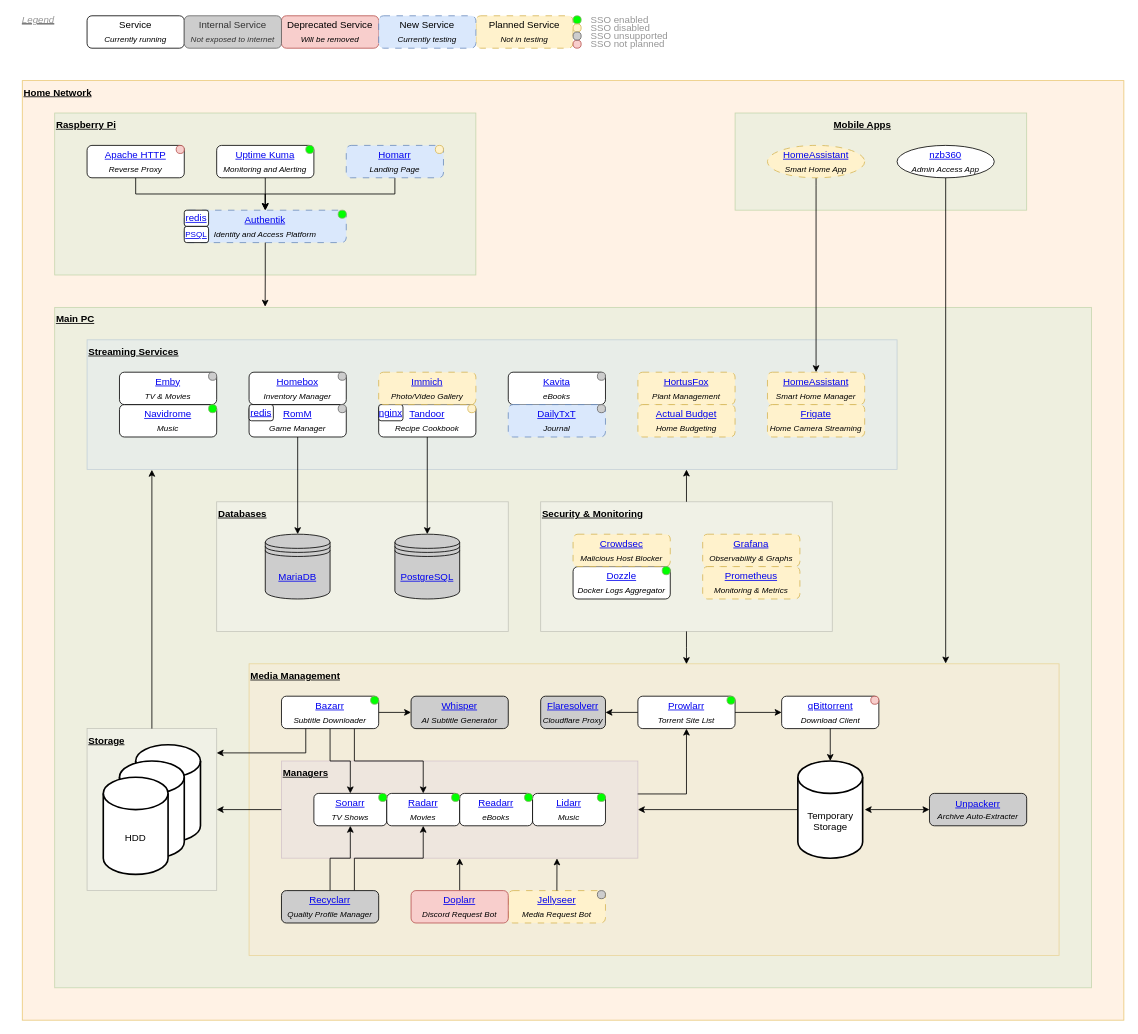
The draw.io diagram doc/home_theatre.drawio in zodac-personal/home_theatre, before the edit. Source tidied: cells renumbered, new cells numbered last; positions are measured from the earlier drawing's top-left corner, leaving out a move shared by most shapes. Both pictures are drawn from the tidied source at 81%, with x=0, y=0 at pixel (14, 15).
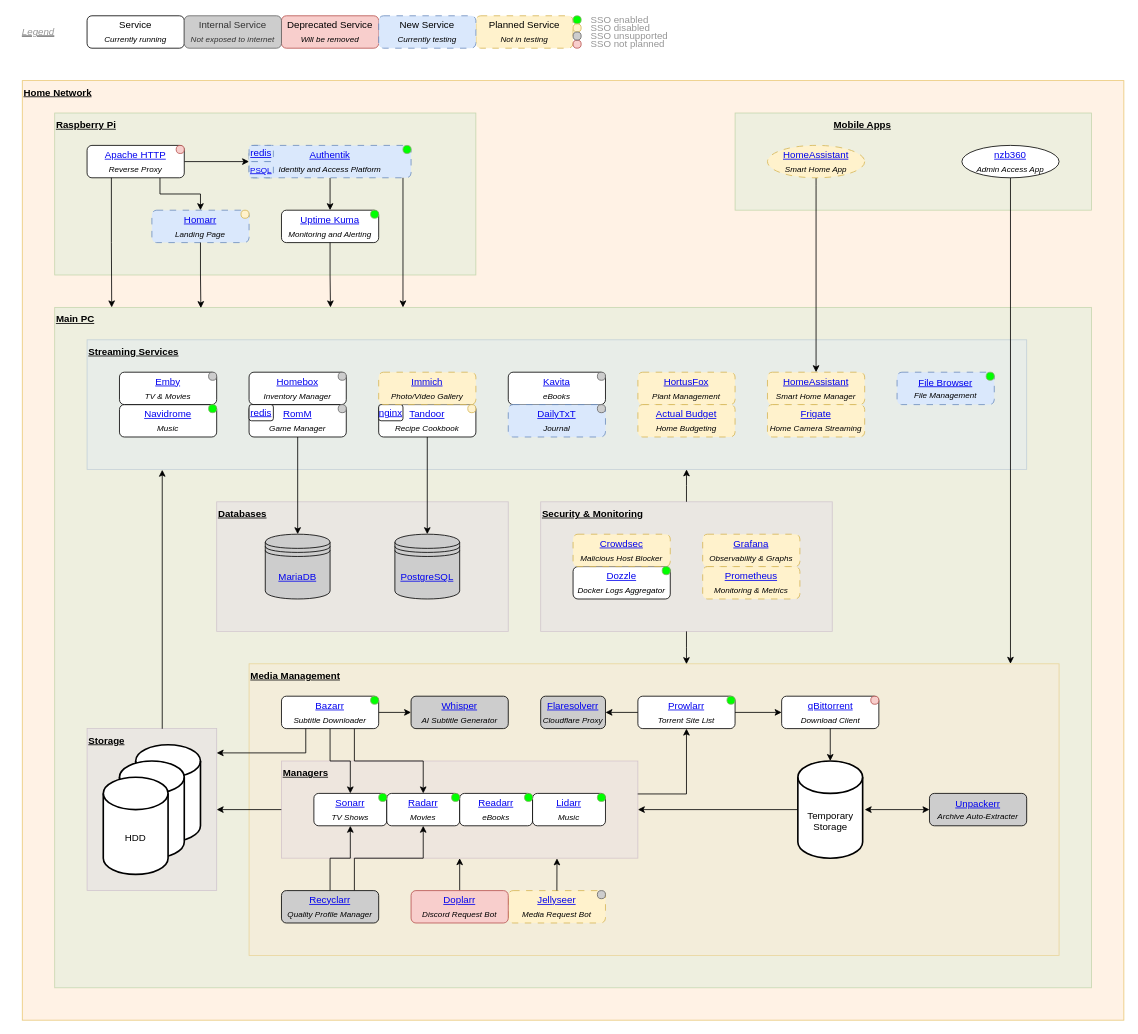
The same page after the edit.

Commit message (it also covers changes not shown here):
Added File Browser, for document access

Unchanged cells that the change refers to:
```xml
<mxCell id="4" style="rounded=0;whiteSpace=wrap;html=1;fillColor=#d5e8d4;strokeColor=#82b366;opacity=40;" parent="1" vertex="1">
  <mxGeometry x="50" y="360" width="1280" height="840" as="geometry" />
</mxCell>
<mxCell id="6" style="rounded=0;whiteSpace=wrap;html=1;fillColor=#ffe6cc;strokeColor=#d79b00;opacity=30;" parent="1" vertex="1">
  <mxGeometry x="290" y="800" width="1000" height="360" as="geometry" />
</mxCell>
<mxCell id="40" value="&lt;a href=&quot;https://github.com/apache/httpd&quot;&gt;Apache HTTP&lt;/a&gt;&lt;br&gt;&lt;i&gt;&lt;sub&gt;Reverse Proxy&lt;/sub&gt;&lt;/i&gt;" style="rounded=1;whiteSpace=wrap;html=1;" parent="1" vertex="1">
  <mxGeometry x="90" y="160" width="120" height="40" as="geometry" />
</mxCell>
```

Diff of the diagram source:
```diff
@@
-    <mxCell id="5" style="rounded=0;whiteSpace=wrap;html=1;fillColor=#f5f5f5;fontColor=#333333;strokeColor=#666666;opacity=30;" parent="1" vertex="1">
+    <mxCell id="5" style="rounded=0;whiteSpace=wrap;html=1;fillColor=#e1d5e7;strokeColor=#9673a6;opacity=30;" parent="1" vertex="1">
       <mxGeometry x="90" y="880" width="160" height="200" as="geometry" />
     </mxCell>
@@
     <mxCell id="7" style="rounded=0;whiteSpace=wrap;html=1;fillColor=#dae8fc;strokeColor=#6c8ebf;fillStyle=auto;gradientColor=none;opacity=30;glass=0;" parent="1" vertex="1">
-      <mxGeometry x="90" y="400" width="1000" height="160" as="geometry" />
+      <mxGeometry x="90" y="400" width="1160" height="160" as="geometry" />
     </mxCell>
@@
     <mxCell id="23" style="rounded=0;whiteSpace=wrap;html=1;opacity=40;fillColor=#d5e8d4;strokeColor=#82b366;" parent="1" vertex="1">
-      <mxGeometry x="890" y="120" width="360" height="120" as="geometry" />
+      <mxGeometry x="890" y="120" width="440" height="120" as="geometry" />
     </mxCell>
@@
-    <mxCell id="28" style="edgeStyle=orthogonalEdgeStyle;rounded=0;jettySize=auto;html=1;entryX=0.5;entryY=0;entryDx=0;entryDy=0;" parent="1" edge="1" source="29" target="88">
-      <mxGeometry relative="1" as="geometry" />
-    </mxCell>
     <mxCell id="29" value="&lt;a href=&quot;https://github.com/ajnart/homarr&quot;&gt;Homarr&lt;/a&gt;&lt;br&gt;&lt;i&gt;&lt;sub&gt;Landing Page&lt;/sub&gt;&lt;/i&gt;" style="rounded=1;whiteSpace=wrap;html=1;dashed=1;dashPattern=8 8;fillColor=#dae8fc;strokeColor=#6c8ebf;" parent="1" vertex="1">
-      <mxGeometry x="410" y="160" width="120" height="40" as="geometry" />
+      <mxGeometry x="170" y="240" width="120" height="40" as="geometry" />
     </mxCell>
@@
     <mxCell id="35" value="&lt;a href=&quot;https://play.google.com/store/apps/details?id=com.kevinforeman.nzb360&quot;&gt;nzb360&lt;/a&gt;&lt;br&gt;&lt;i&gt;&lt;sub&gt;Admin Access App&lt;/sub&gt;&lt;/i&gt;" style="ellipse;whiteSpace=wrap;html=1;" parent="1" vertex="1">
-      <mxGeometry x="1090" y="160" width="120" height="40" as="geometry" />
+      <mxGeometry x="1170" y="160" width="120" height="40" as="geometry" />
     </mxCell>
@@
-    <mxCell id="39" style="edgeStyle=orthogonalEdgeStyle;rounded=0;jettySize=auto;html=1;exitX=0.5;exitY=1;exitDx=0;exitDy=0;entryX=0.5;entryY=0;entryDx=0;entryDy=0;" parent="1" edge="1" source="40" target="88">
+    <mxCell id="39" style="edgeStyle=orthogonalEdgeStyle;rounded=0;jettySize=auto;html=1;exitX=1;exitY=0.5;exitDx=0;exitDy=0;entryX=0;entryY=0.5;entryDx=0;entryDy=0;" parent="1" edge="1" source="40" target="88">
       <mxGeometry relative="1" as="geometry" />
     </mxCell>
+    <mxCell id="127" style="edgeStyle=orthogonalEdgeStyle;rounded=0;jettySize=auto;html=1;exitX=0.75;exitY=1;exitDx=0;exitDy=0;entryX=0.5;entryY=0;entryDx=0;entryDy=0;" parent="1" edge="1" source="40" target="29">
+      <mxGeometry relative="1" as="geometry" />
+    </mxCell>
@@
-    <mxCell id="41" style="rounded=0;whiteSpace=wrap;html=1;fillColor=#f5f5f5;fontColor=#333333;strokeColor=#666666;opacity=30;" parent="1" vertex="1">
+    <mxCell id="41" style="rounded=0;whiteSpace=wrap;html=1;fillColor=#e1d5e7;strokeColor=#9673a6;opacity=30;" parent="1" vertex="1">
       <mxGeometry x="250" y="600" width="360" height="160" as="geometry" />
     </mxCell>
@@
-    <mxCell id="54" style="rounded=0;whiteSpace=wrap;html=1;fillColor=#f5f5f5;fontColor=#333333;strokeColor=#666666;opacity=30;" parent="1" vertex="1">
+    <mxCell id="54" style="rounded=0;whiteSpace=wrap;html=1;fillColor=#e1d5e7;strokeColor=#9673a6;opacity=30;" parent="1" vertex="1">
       <mxGeometry x="650" y="600" width="360" height="160" as="geometry" />
     </mxCell>
@@
-    <mxCell id="61" style="edgeStyle=orthogonalEdgeStyle;rounded=0;jettySize=auto;html=1;exitX=0.5;exitY=1;exitDx=0;exitDy=0;entryX=0.5;entryY=0;entryDx=0;entryDy=0;" parent="1" edge="1" source="62" target="88">
-      <mxGeometry relative="1" as="geometry" />
-    </mxCell>
     <mxCell id="62" value="&lt;a href=&quot;https://github.com/louislam/uptime-kuma&quot;&gt;Uptime Kuma&lt;/a&gt;&lt;br&gt;&lt;i&gt;&lt;sub&gt;Monitoring and Alerting&lt;/sub&gt;&lt;/i&gt;" style="rounded=1;whiteSpace=wrap;html=1;" parent="1" vertex="1">
-      <mxGeometry x="250" y="160" width="120" height="40" as="geometry" />
+      <mxGeometry x="330" y="240" width="120" height="40" as="geometry" />
     </mxCell>
@@
-    <mxCell id="68" style="edgeStyle=orthogonalEdgeStyle;rounded=0;jettySize=auto;html=1;exitX=0.5;exitY=0;exitDx=0;exitDy=0;entryX=0.74;entryY=1.001;entryDx=0;entryDy=0;entryPerimeter=0;" parent="1" edge="1" source="54" target="7">
+    <mxCell id="68" style="edgeStyle=orthogonalEdgeStyle;rounded=0;jettySize=auto;html=1;exitX=0.5;exitY=0;exitDx=0;exitDy=0;entryX=0.638;entryY=1;entryDx=0;entryDy=0;entryPerimeter=0;" parent="1" edge="1" source="54" target="7">
       <mxGeometry relative="1" as="geometry" />
     </mxCell>
@@
-    <mxCell id="77" style="edgeStyle=orthogonalEdgeStyle;rounded=0;jettySize=auto;html=1;exitX=0.5;exitY=0;exitDx=0;exitDy=0;entryX=0.08;entryY=1.003;entryDx=0;entryDy=0;entryPerimeter=0;" parent="1" edge="1" source="5" target="7">
+    <mxCell id="77" style="edgeStyle=orthogonalEdgeStyle;rounded=0;jettySize=auto;html=1;exitX=0.58;exitY=0.001;exitDx=0;exitDy=0;entryX=0.08;entryY=1.003;entryDx=0;entryDy=0;entryPerimeter=0;exitPerimeter=0;" parent="1" edge="1" source="5" target="7">
       <mxGeometry relative="1" as="geometry" />
     </mxCell>
@@
-    <mxCell id="82" style="edgeStyle=orthogonalEdgeStyle;rounded=0;jettySize=auto;html=1;exitX=0.5;exitY=1;exitDx=0;exitDy=0;entryX=0.86;entryY=-0.001;entryDx=0;entryDy=0;entryPerimeter=0;" parent="1" edge="1" source="35" target="6">
-      <mxGeometry relative="1" as="geometry" />
+    <mxCell id="82" style="edgeStyle=orthogonalEdgeStyle;rounded=0;jettySize=auto;html=1;exitX=0.5;exitY=1;exitDx=0;exitDy=0;" parent="1" edge="1" source="35">
+      <mxGeometry relative="1" as="geometry">
+        <mxPoint x="1230" y="800" as="targetPoint" />
+        <Array as="points">
+          <mxPoint x="1230" y="800" />
+        </Array>
+      </mxGeometry>
     </mxCell>
@@
+    <mxCell id="128" style="edgeStyle=orthogonalEdgeStyle;rounded=0;jettySize=auto;html=1;exitX=0.5;exitY=1;exitDx=0;exitDy=0;entryX=0.5;entryY=0;entryDx=0;entryDy=0;" parent="1" edge="1" source="88" target="62">
+      <mxGeometry relative="1" as="geometry" />
+    </mxCell>
     <mxCell id="88" value="&lt;a href=&quot;https://github.com/goauthentik/authentik&quot;&gt;Authentik&lt;/a&gt;&lt;br&gt;&lt;i&gt;&lt;sub&gt;Identity and Access Platform&lt;/sub&gt;&lt;/i&gt;" style="rounded=1;whiteSpace=wrap;html=1;dashed=1;fillColor=#dae8fc;strokeColor=#6c8ebf;dashPattern=8 8;" parent="1" vertex="1">
-      <mxGeometry x="210" y="240" width="200" height="40" as="geometry" />
+      <mxGeometry x="290" y="160" width="200" height="40" as="geometry" />
     </mxCell>
@@
-    <mxCell id="94" style="edgeStyle=orthogonalEdgeStyle;rounded=0;jettySize=auto;html=1;exitX=0.5;exitY=1;exitDx=0;exitDy=0;entryX=0.203;entryY=-0.001;entryDx=0;entryDy=0;entryPerimeter=0;" parent="1" edge="1" source="88" target="4">
-      <mxGeometry relative="1" as="geometry" />
-    </mxCell>
@@
-    <mxCell id="100" value="&lt;a href=&quot;https://github.com/redis/redis&quot;&gt;redis&lt;/a&gt;" style="rounded=1;whiteSpace=wrap;html=1;" parent="1" vertex="1">
-      <mxGeometry x="210" y="240" width="30" height="20" as="geometry" />
+    <mxCell id="100" value="&lt;a href=&quot;https://github.com/redis/redis&quot;&gt;redis&lt;/a&gt;" style="rounded=1;whiteSpace=wrap;html=1;fillColor=#dae8fc;strokeColor=#6c8ebf;dashed=1;dashPattern=8 8;" parent="1" vertex="1">
+      <mxGeometry x="290" y="160" width="30" height="20" as="geometry" />
     </mxCell>
-    <mxCell id="101" value="&lt;font style=&quot;font-size: 10px;&quot;&gt;&lt;a href=&quot;https://github.com/postgres/postgres&quot;&gt;PSQL&lt;/a&gt;&lt;/font&gt;" style="rounded=1;whiteSpace=wrap;html=1;" parent="1" vertex="1">
-      <mxGeometry x="210" y="260" width="30" height="20" as="geometry" />
+    <mxCell id="101" value="&lt;font style=&quot;font-size: 10px;&quot;&gt;&lt;a href=&quot;https://github.com/postgres/postgres&quot;&gt;PSQL&lt;/a&gt;&lt;/font&gt;" style="rounded=1;whiteSpace=wrap;html=1;fillColor=#dae8fc;strokeColor=#6c8ebf;dashed=1;dashPattern=8 8;" parent="1" vertex="1">
+      <mxGeometry x="290" y="180" width="30" height="20" as="geometry" />
     </mxCell>
@@
     <mxCell id="110" value="&lt;i&gt;&lt;u&gt;&lt;font color=&quot;#969696&quot;&gt;Legend&lt;/font&gt;&lt;/u&gt;&lt;/i&gt;" style="text;html=1;align=center;verticalAlign=middle;whiteSpace=wrap;rounded=0;" parent="1" vertex="1">
-      <mxGeometry width="60" height="10" as="geometry" />
+      <mxGeometry y="15" width="60" height="10" as="geometry" />
     </mxCell>
@@
     <mxCell id="117" style="ellipse;whiteSpace=wrap;html=1;fillColor=#fff2cc;strokeColor=#d6b656;" parent="1" vertex="1">
-      <mxGeometry x="520" y="160" width="10" height="10" as="geometry" />
+      <mxGeometry x="280" y="240" width="10" height="10" as="geometry" />
     </mxCell>
@@
     <mxCell id="119" style="ellipse;whiteSpace=wrap;html=1;fillColor=#00ff00;strokeColor=#82b366;" parent="1" vertex="1">
-      <mxGeometry x="400" y="240" width="10" height="10" as="geometry" />
+      <mxGeometry x="440" y="240" width="10" height="10" as="geometry" />
     </mxCell>
@@
     <mxCell id="125" style="ellipse;whiteSpace=wrap;html=1;fillColor=#00ff00;strokeColor=#82b366;" parent="1" vertex="1">
-      <mxGeometry x="360" y="160" width="10" height="10" as="geometry" />
+      <mxGeometry x="480" y="160" width="10" height="10" as="geometry" />
     </mxCell>
@@
+    <mxCell id="129" value="&lt;a href=&quot;https://github.com/filebrowser/filebrowser&quot;&gt;File Browser&lt;/a&gt;&lt;br&gt;&lt;span style=&quot;font-size: 10px;&quot;&gt;&lt;i&gt;File Management&lt;/i&gt;&lt;/span&gt;" style="rounded=1;whiteSpace=wrap;html=1;fillColor=#dae8fc;strokeColor=#6c8ebf;dashed=1;dashPattern=8 8;" parent="1" vertex="1">
+      <mxGeometry x="1090" y="440" width="120" height="40" as="geometry" />
+    </mxCell>
+    <mxCell id="130" style="ellipse;whiteSpace=wrap;html=1;fillColor=#00ff00;strokeColor=#82b366;" parent="1" vertex="1">
+      <mxGeometry x="1200" y="440" width="10" height="10" as="geometry" />
+    </mxCell>
+    <mxCell id="131" style="edgeStyle=orthogonalEdgeStyle;rounded=0;orthogonalLoop=1;jettySize=auto;html=1;" parent="1" edge="1">
+      <mxGeometry relative="1" as="geometry">
+        <mxPoint x="480" y="200" as="sourcePoint" />
+        <mxPoint x="480" y="360" as="targetPoint" />
+        <Array as="points">
+          <mxPoint x="480" y="200" />
+        </Array>
+      </mxGeometry>
+    </mxCell>
+    <mxCell id="132" style="edgeStyle=orthogonalEdgeStyle;rounded=0;jettySize=auto;html=1;exitX=0.25;exitY=1;exitDx=0;exitDy=0;entryX=0.055;entryY=0;entryDx=0;entryDy=0;entryPerimeter=0;" parent="1" edge="1" source="40" target="4">
+      <mxGeometry relative="1" as="geometry" />
+    </mxCell>
+    <mxCell id="133" style="edgeStyle=orthogonalEdgeStyle;rounded=0;jettySize=auto;html=1;entryX=0.266;entryY=0;entryDx=0;entryDy=0;entryPerimeter=0;" parent="1" edge="1" source="62" target="4">
+      <mxGeometry relative="1" as="geometry" />
+    </mxCell>
+    <mxCell id="134" style="edgeStyle=orthogonalEdgeStyle;rounded=0;jettySize=auto;html=1;entryX=0.141;entryY=0.001;entryDx=0;entryDy=0;entryPerimeter=0;" parent="1" edge="1" source="29" target="4">
+      <mxGeometry relative="1" as="geometry" />
+    </mxCell>
```
